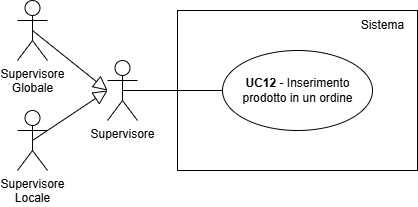
This is documents/rtb/assets/UC12.png from teamcodealchemists/docs, a draw.io export, as it was before one commit. Source tidied: cells renumbered, new cells last; positions are measured from the earlier drawing's top-left corner, leaving out a move shared by most shapes.
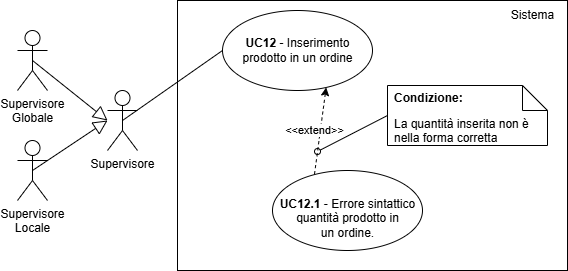
The same file after the commit.

Diff of the diagram source:
```diff
@@ -3,10 +3,10 @@
     <mxCell id="0" />
     <mxCell id="1" parent="0" />
     <mxCell id="2" style="rounded=0;whiteSpace=wrap;html=1;" parent="1" vertex="1">
-      <mxGeometry x="160" y="10" width="240" height="160" as="geometry" />
+      <mxGeometry x="160" y="40" width="390" height="270" as="geometry" />
     </mxCell>
     <mxCell id="3" value="Sistema" style="text;html=1;align=center;verticalAlign=middle;strokeColor=none;fillColor=none;" parent="1" vertex="1">
-      <mxGeometry x="330" y="10" width="70" height="30" as="geometry" />
+      <mxGeometry x="480" y="40" width="70" height="30" as="geometry" />
     </mxCell>
     <mxCell id="4" style="ellipse;whiteSpace=wrap;html=1;fontStyle=1;" parent="1" vertex="1">
       <mxGeometry x="205" y="50" width="150" height="80" as="geometry" />
@@ -18,23 +18,48 @@
       <mxGeometry relative="1" as="geometry" />
     </mxCell>
     <mxCell id="7" value="Supervisore" style="shape=umlActor;verticalLabelPosition=bottom;verticalAlign=top;html=1;outlineConnect=0;" parent="1" vertex="1">
-      <mxGeometry x="90" y="60" width="30" height="60" as="geometry" />
+      <mxGeometry x="90" y="130" width="30" height="60" as="geometry" />
     </mxCell>
     <mxCell id="8" value="Supervisore&lt;div&gt;Globale&lt;/div&gt;" style="shape=umlActor;verticalLabelPosition=bottom;verticalAlign=top;html=1;outlineConnect=0;" parent="1" vertex="1">
-      <mxGeometry width="30" height="60" as="geometry" />
+      <mxGeometry y="70" width="30" height="60" as="geometry" />
     </mxCell>
     <mxCell id="9" value="Supervisore&lt;div&gt;Locale&lt;/div&gt;" style="shape=umlActor;verticalLabelPosition=bottom;verticalAlign=top;html=1;outlineConnect=0;" parent="1" vertex="1">
-      <mxGeometry y="110" width="30" height="60" as="geometry" />
+      <mxGeometry y="180" width="30" height="60" as="geometry" />
     </mxCell>
     <mxCell id="10" style="endArrow=block;html=1;rounded=0;exitX=0.5;exitY=0.5;exitDx=0;exitDy=0;exitPerimeter=0;endFill=0;endSize=12;" parent="1" edge="1" source="8">
       <mxGeometry relative="1" as="geometry">
-        <mxPoint x="90" y="90" as="targetPoint" />
+        <mxPoint x="90" y="160" as="targetPoint" />
       </mxGeometry>
     </mxCell>
     <mxCell id="11" style="endArrow=block;html=1;rounded=0;exitX=0.5;exitY=0.5;exitDx=0;exitDy=0;exitPerimeter=0;endFill=0;endSize=12;" parent="1" edge="1" source="9">
       <mxGeometry relative="1" as="geometry">
-        <mxPoint x="90" y="90" as="targetPoint" />
+        <mxPoint x="90" y="160" as="targetPoint" />
       </mxGeometry>
     </mxCell>
+    <mxCell id="12" style="ellipse;whiteSpace=wrap;html=1;fontStyle=1;" parent="1" vertex="1">
+      <mxGeometry x="255" y="210" width="150" height="80" as="geometry" />
+    </mxCell>
+    <mxCell id="13" value="&lt;b&gt;UC12.1&amp;nbsp;&lt;/b&gt;- Errore sintattico&lt;div&gt;quantità prodotto in&lt;/div&gt;&lt;div&gt;un ordine.&lt;/div&gt;" style="text;html=1;align=center;verticalAlign=middle;strokeColor=none;fillColor=none;" parent="1" vertex="1">
+      <mxGeometry x="250" y="228" width="160" height="60" as="geometry" />
+    </mxCell>
+    <mxCell id="14" style="rounded=0;jettySize=auto;html=1;entryX=0.691;entryY=0.962;entryDx=0;entryDy=0;dashed=1;exitX=0.28;exitY=0.045;exitDx=0;exitDy=0;entryPerimeter=0;exitPerimeter=0;" parent="1" edge="1" source="12" target="4">
+      <mxGeometry relative="1" as="geometry" />
+    </mxCell>
+    <mxCell id="15" value="&amp;lt;&amp;lt;extend&amp;gt;&amp;gt;" style="edgeLabel;html=1;align=center;verticalAlign=middle;" parent="14" vertex="1">
+      <mxGeometry x="-0.17" y="-3" relative="1" as="geometry">
+        <mxPoint x="-8" y="-9" as="offset" />
+      </mxGeometry>
+    </mxCell>
+    <mxCell id="16" value="La quantità inserita non è nella forma corretta" style="shape=note2;boundedLbl=1;whiteSpace=wrap;html=1;size=25;verticalAlign=top;align=left;spacingLeft=5;" parent="1" vertex="1">
+      <mxGeometry x="370" y="125" width="160" height="60" as="geometry" />
+    </mxCell>
+    <mxCell id="17" value="&lt;b&gt;Condizione:&lt;/b&gt;" style="strokeColor=none;fillColor=none;align=left;spacingLeft=5;whiteSpace=wrap;html=1;" parent="16" vertex="1">
+      <mxGeometry width="160" height="25" relative="1" as="geometry" />
+    </mxCell>
+    <mxCell id="18" style="rounded=0;jettySize=auto;html=1;endArrow=oval;endFill=0;exitX=0;exitY=0.5;exitDx=0;exitDy=0;exitPerimeter=0;" parent="1" edge="1" source="16">
+      <mxGeometry relative="1" as="geometry">
+        <mxPoint x="300" y="191" as="targetPoint" />
+      </mxGeometry>
+    </mxCell>
   </root>
 </mxGraphModel>
```
